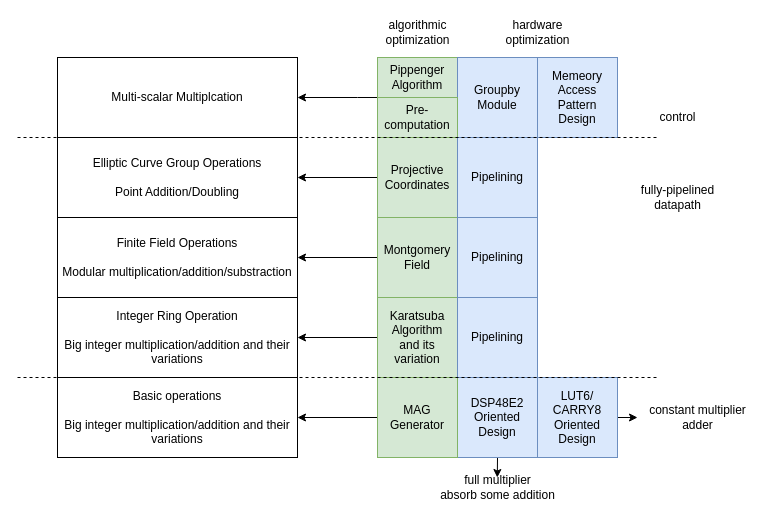
Earlier version of the draw.io diagram page "hierarchy" (5 of 14) of src/main/resources/Karatsuba.drawio (RicardoNid/Chainsaw2). Source tidied: cells renumbered, new cells numbered last; positions are measured from the earlier drawing's top-left corner, leaving out a move shared by most shapes. Both pictures are drawn from the tidied source at 100%, with x=0, y=0 at pixel (17, 17).
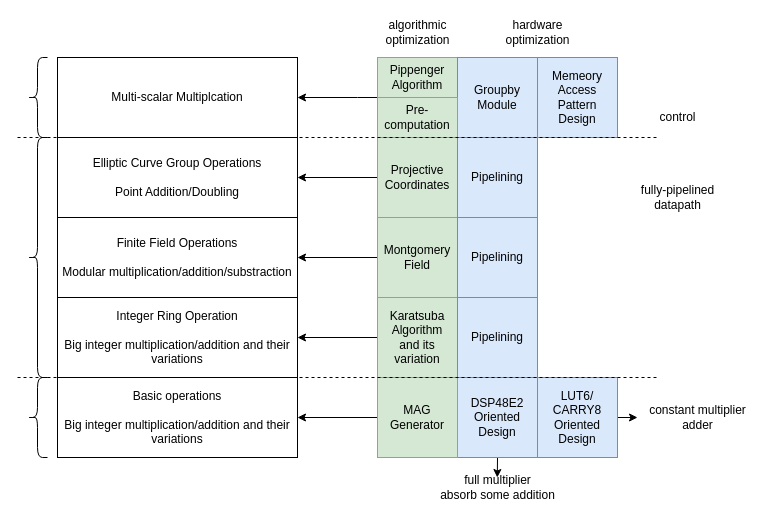
The same page after the edit.

Change to the diagram source:
```diff
@@
+    <mxCell id="35" style="shape=curlyBracket;whiteSpace=wrap;html=1;rounded=1;" parent="1" vertex="1">
+      <mxGeometry x="10" y="40" width="20" height="80" as="geometry" />
+    </mxCell>
+    <mxCell id="36" style="shape=curlyBracket;whiteSpace=wrap;html=1;rounded=1;size=0.5;" parent="1" vertex="1">
+      <mxGeometry x="10" y="120" width="20" height="240" as="geometry" />
+    </mxCell>
+    <mxCell id="37" style="shape=curlyBracket;whiteSpace=wrap;html=1;rounded=1;size=0.5;" parent="1" vertex="1">
+      <mxGeometry x="10" y="360" width="20" height="80" as="geometry" />
+    </mxCell>
```
